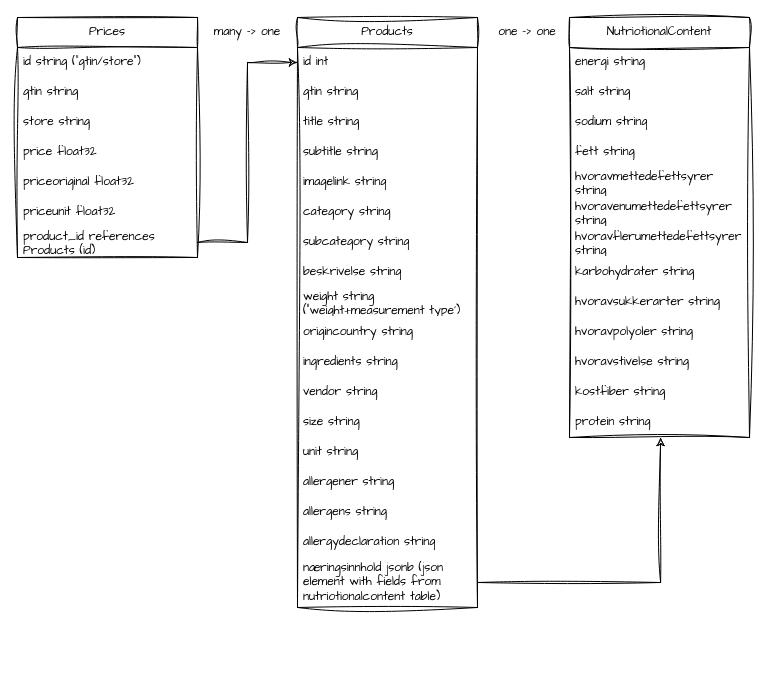
The draw.io diagram handlelapp-database.drawio in korneliushen/handlel.app, before the edit. Source tidied: cells renumbered, new cells numbered last; positions are measured from the earlier drawing's top-left corner, leaving out a move shared by most shapes. Both pictures are drawn from the tidied source at 100%, with x=0, y=0 at pixel (17, 17).
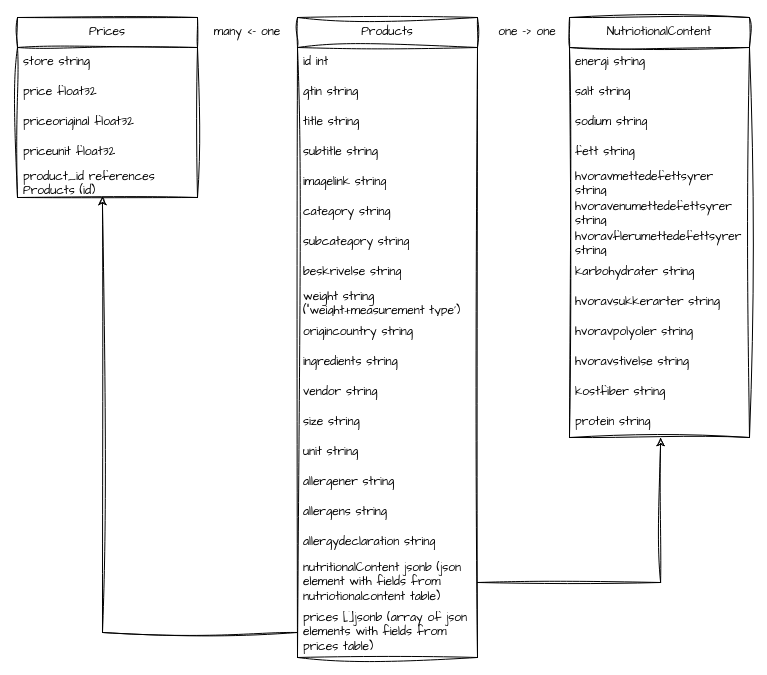
Above is the later version.

Unchanged cells that the change refers to:
```xml
<mxCell id="3" value="id int" style="text;strokeColor=none;fillColor=none;align=left;verticalAlign=middle;spacingLeft=4;spacingRight=4;overflow=hidden;points=[[0,0.5],[1,0.5]];portConstraint=eastwest;whiteSpace=wrap;html=1;fontFamily=Architects Daughter;" parent="2" vertex="1">
  <mxGeometry y="30" width="180" height="30" as="geometry" />
</mxCell>
<mxCell id="34" value="protein string" style="text;strokeColor=none;fillColor=none;align=left;verticalAlign=middle;spacingLeft=4;spacingRight=4;overflow=hidden;points=[[0,0.5],[1,0.5]];portConstraint=eastwest;whiteSpace=wrap;html=1;fontFamily=Architects Daughter;" parent="21" vertex="1">
  <mxGeometry y="390" width="180" height="30" as="geometry" />
</mxCell>
```

What changed in the source:
```diff
@@
     <mxCell id="2" value="Products" style="swimlane;fontStyle=0;horizontal=1;startSize=30;whiteSpace=wrap;html=1;sketch=1;hachureGap=4;jiggle=2;curveFitting=1;fontFamily=Architects Daughter;" parent="1" vertex="1">
-      <mxGeometry x="280" width="180" height="590" as="geometry" />
+      <mxGeometry x="280" width="180" height="640" as="geometry" />
     </mxCell>
@@
+    <mxCell id="47" value="nutritionalContent jsonb (json element with fields from nutriotionalcontent table)" style="text;strokeColor=none;fillColor=none;align=left;verticalAlign=middle;spacingLeft=4;spacingRight=4;overflow=hidden;points=[[0,0.5],[1,0.5]];portConstraint=eastwest;whiteSpace=wrap;html=1;fontFamily=Architects Daughter;" parent="2" vertex="1">
+      <mxGeometry y="540" width="180" height="50" as="geometry" />
+    </mxCell>
-    <mxCell id="20" value="næringsinnhold jsonb (json element with fields from nutriotionalcontent table)" style="text;strokeColor=none;fillColor=none;align=left;verticalAlign=middle;spacingLeft=4;spacingRight=4;overflow=hidden;points=[[0,0.5],[1,0.5]];portConstraint=eastwest;whiteSpace=wrap;html=1;fontFamily=Architects Daughter;" parent="2" vertex="1">
-      <mxGeometry y="540" width="180" height="50" as="geometry" />
+    <mxCell id="20" value="prices []jsonb (array of json elements with fields from prices table)" style="text;strokeColor=none;fillColor=none;align=left;verticalAlign=middle;spacingLeft=4;spacingRight=4;overflow=hidden;points=[[0,0.5],[1,0.5]];portConstraint=eastwest;whiteSpace=wrap;html=1;fontFamily=Architects Daughter;" parent="2" vertex="1">
+      <mxGeometry y="590" width="180" height="50" as="geometry" />
     </mxCell>
@@
     <mxCell id="35" value="Prices" style="swimlane;fontStyle=0;horizontal=1;startSize=30;whiteSpace=wrap;html=1;sketch=1;hachureGap=4;jiggle=2;curveFitting=1;fontFamily=Architects Daughter;" parent="1" vertex="1">
-      <mxGeometry width="180" height="240" as="geometry" />
+      <mxGeometry width="180" height="180" as="geometry" />
     </mxCell>
-    <mxCell id="36" value="id string (&quot;gtin/store&quot;)" style="text;strokeColor=none;fillColor=none;align=left;verticalAlign=middle;spacingLeft=4;spacingRight=4;overflow=hidden;whiteSpace=wrap;html=1;fontFamily=Architects Daughter;" parent="35" vertex="1">
-      <mxGeometry y="30" width="180" height="30" as="geometry" />
-    </mxCell>
-    <mxCell id="37" value="gtin string" style="text;strokeColor=none;fillColor=none;align=left;verticalAlign=middle;spacingLeft=4;spacingRight=4;overflow=hidden;whiteSpace=wrap;html=1;fontFamily=Architects Daughter;" parent="35" vertex="1">
-      <mxGeometry y="60" width="180" height="30" as="geometry" />
-    </mxCell>
     <mxCell id="38" value="store string" style="text;strokeColor=none;fillColor=none;align=left;verticalAlign=middle;spacingLeft=4;spacingRight=4;overflow=hidden;whiteSpace=wrap;html=1;fontFamily=Architects Daughter;" parent="35" vertex="1">
-      <mxGeometry y="90" width="180" height="30" as="geometry" />
+      <mxGeometry y="30" width="180" height="30" as="geometry" />
     </mxCell>
     <mxCell id="39" value="price float32" style="text;strokeColor=none;fillColor=none;align=left;verticalAlign=middle;spacingLeft=4;spacingRight=4;overflow=hidden;whiteSpace=wrap;html=1;fontFamily=Architects Daughter;" parent="35" vertex="1">
-      <mxGeometry y="120" width="180" height="30" as="geometry" />
+      <mxGeometry y="60" width="180" height="30" as="geometry" />
     </mxCell>
     <mxCell id="40" value="priceoriginal float32" style="text;strokeColor=none;fillColor=none;align=left;verticalAlign=middle;spacingLeft=4;spacingRight=4;overflow=hidden;whiteSpace=wrap;html=1;fontFamily=Architects Daughter;" parent="35" vertex="1">
-      <mxGeometry y="150" width="180" height="30" as="geometry" />
+      <mxGeometry y="90" width="180" height="30" as="geometry" />
     </mxCell>
     <mxCell id="41" value="priceunit float32" style="text;strokeColor=none;fillColor=none;align=left;verticalAlign=middle;spacingLeft=4;spacingRight=4;overflow=hidden;whiteSpace=wrap;html=1;fontFamily=Architects Daughter;" parent="35" vertex="1">
-      <mxGeometry y="180" width="180" height="30" as="geometry" />
+      <mxGeometry y="120" width="180" height="30" as="geometry" />
     </mxCell>
     <mxCell id="42" value="product_id references Products (id)" style="text;strokeColor=none;fillColor=none;align=left;verticalAlign=middle;spacingLeft=4;spacingRight=4;overflow=hidden;points=[[0,0.5],[1,0.5]];portConstraint=eastwest;whiteSpace=wrap;html=1;fontFamily=Architects Daughter;" parent="35" vertex="1">
-      <mxGeometry y="210" width="180" height="30" as="geometry" />
+      <mxGeometry y="150" width="180" height="30" as="geometry" />
     </mxCell>
-    <mxCell id="43" style="edgeStyle=orthogonalEdgeStyle;rounded=0;sketch=1;hachureGap=4;jiggle=2;curveFitting=1;jettySize=auto;html=1;entryX=0;entryY=0.5;entryDx=0;entryDy=0;fontFamily=Architects Daughter;" parent="1" edge="1" source="42" target="3">
-      <mxGeometry relative="1" as="geometry" />
-    </mxCell>
-    <mxCell id="44" value="many -&amp;gt; one" style="text;strokeColor=none;align=center;fillColor=none;html=1;verticalAlign=middle;whiteSpace=wrap;rounded=0;fontFamily=Architects Daughter;" parent="1" vertex="1">
+    <mxCell id="44" value="many &amp;lt;- one" style="text;strokeColor=none;align=center;fillColor=none;html=1;verticalAlign=middle;whiteSpace=wrap;rounded=0;fontFamily=Architects Daughter;" parent="1" vertex="1">
       <mxGeometry x="180" width="100" height="30" as="geometry" />
     </mxCell>
@@
-    <mxCell id="46" style="edgeStyle=orthogonalEdgeStyle;rounded=0;sketch=1;hachureGap=4;jiggle=2;curveFitting=1;jettySize=auto;html=1;fontFamily=Architects Daughter;entryX=0.506;entryY=1.001;entryDx=0;entryDy=0;entryPerimeter=0;" parent="1" edge="1" source="20" target="34">
+    <mxCell id="46" style="edgeStyle=orthogonalEdgeStyle;rounded=0;sketch=1;hachureGap=4;jiggle=2;curveFitting=1;jettySize=auto;html=1;fontFamily=Architects Daughter;entryX=0.506;entryY=1.001;entryDx=0;entryDy=0;entryPerimeter=0;exitX=1;exitY=0.5;exitDx=0;exitDy=0;" parent="1" edge="1" source="47" target="34">
       <mxGeometry relative="1" as="geometry" />
     </mxCell>
+    <mxCell id="48" style="edgeStyle=orthogonalEdgeStyle;rounded=0;sketch=1;hachureGap=4;jiggle=2;curveFitting=1;jettySize=auto;html=1;entryX=0.472;entryY=0.967;entryDx=0;entryDy=0;entryPerimeter=0;fontFamily=Architects Daughter;" parent="1" edge="1" source="20" target="42">
+      <mxGeometry relative="1" as="geometry" />
+    </mxCell>
```
